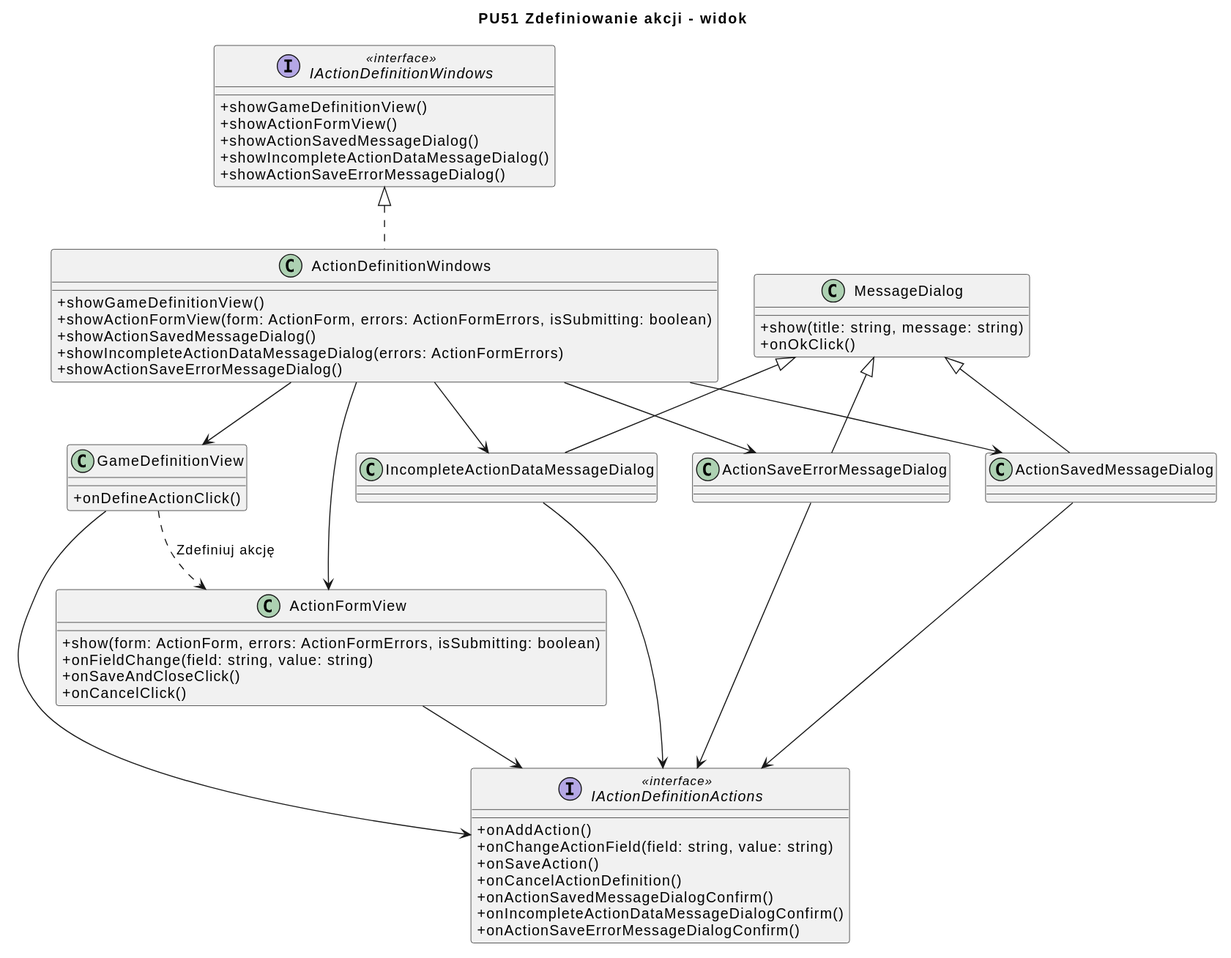
Earlier version of the PlantUML export diagrams/frontend/rendered/action-definition-view.svg (Igor-Ochocki/POP-2026Z). Source of this version:
```plantuml
@startuml
title PU51 Zdefiniowanie akcji - widok

skinparam classAttributeIconSize 0
skinparam shadowing false

interface IActionDefinitionWindows <<interface>> {
  +showGameDefinitionView()
  +showActionFormView()
  +showActionSavedMessageDialog()
  +showIncompleteActionDataMessageDialog()
  +showActionSaveErrorMessageDialog()
}

class ActionDefinitionWindows {
  +showGameDefinitionView()
  +showActionFormView(form: ActionForm, errors: ActionFormErrors, isSubmitting: boolean)
  +showActionSavedMessageDialog()
  +showIncompleteActionDataMessageDialog(errors: ActionFormErrors)
  +showActionSaveErrorMessageDialog()
}

IActionDefinitionWindows <|.. ActionDefinitionWindows

class MessageDialog {
  +show(title: string, message: string)
  +onOkClick()
}

class ActionSavedMessageDialog
class IncompleteActionDataMessageDialog
class ActionSaveErrorMessageDialog

MessageDialog <|-- ActionSavedMessageDialog
MessageDialog <|-- IncompleteActionDataMessageDialog
MessageDialog <|-- ActionSaveErrorMessageDialog

class GameDefinitionView {
  +onDefineActionClick()
}

class ActionFormView {
  +show(form: ActionForm, errors: ActionFormErrors, isSubmitting: boolean)
  +onFieldChange(field: string, value: string)
  +onSaveAndCloseClick()
  +onCancelClick()
}

interface IActionDefinitionActions <<interface>> {
  +onAddAction()
  +onChangeActionField(field: string, value: string)
  +onSaveAction()
  +onCancelActionDefinition()
  +onActionSavedMessageDialogConfirm()
  +onIncompleteActionDataMessageDialogConfirm()
  +onActionSaveErrorMessageDialogConfirm()
}

ActionDefinitionWindows --> GameDefinitionView
ActionDefinitionWindows --> ActionFormView
ActionDefinitionWindows --> ActionSavedMessageDialog
ActionDefinitionWindows --> IncompleteActionDataMessageDialog
ActionDefinitionWindows --> ActionSaveErrorMessageDialog

GameDefinitionView --> IActionDefinitionActions
ActionFormView --> IActionDefinitionActions
ActionSavedMessageDialog --> IActionDefinitionActions
IncompleteActionDataMessageDialog --> IActionDefinitionActions
ActionSaveErrorMessageDialog --> IActionDefinitionActions

GameDefinitionView ..> ActionFormView : Zdefiniuj akcję
@enduml
```
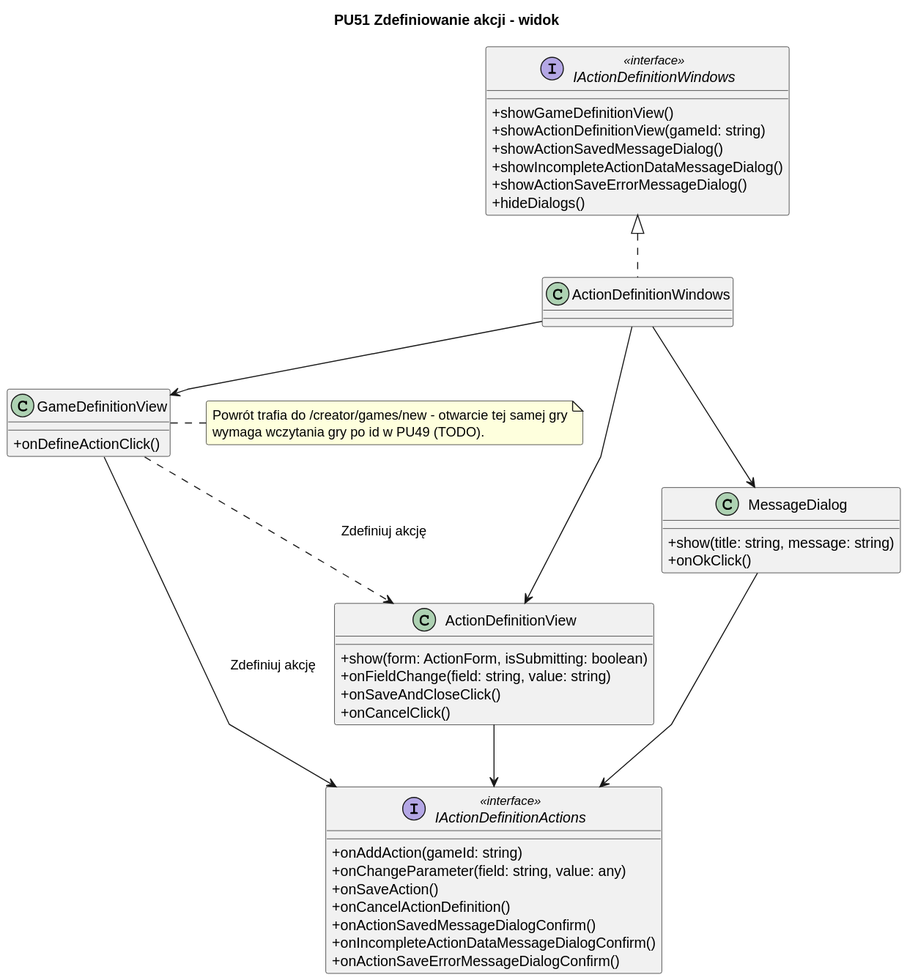
After the commit.

Diff of the diagram source:
```diff
@@ -1,72 +1,62 @@
 @startuml
+skinparam classAttributeIconSize 0
+skinparam packageStyle rectangle
+skinparam shadowing false
+skinparam roundcorner 4
+skinparam linetype polyline
+
 title PU51 Zdefiniowanie akcji - widok
 
-skinparam classAttributeIconSize 0
-skinparam shadowing false
-
-interface IActionDefinitionWindows <<interface>> {
-  +showGameDefinitionView()
-  +showActionFormView()
-  +showActionSavedMessageDialog()
-  +showIncompleteActionDataMessageDialog()
-  +showActionSaveErrorMessageDialog()
+class GameDefinitionView {
+    + onDefineActionClick()
 }
 
-class ActionDefinitionWindows {
-  +showGameDefinitionView()
-  +showActionFormView(form: ActionForm, errors: ActionFormErrors, isSubmitting: boolean)
-  +showActionSavedMessageDialog()
-  +showIncompleteActionDataMessageDialog(errors: ActionFormErrors)
-  +showActionSaveErrorMessageDialog()
+class ActionDefinitionView {
+    + show(form: ActionForm, isSubmitting: boolean)
+    + onFieldChange(field: string, value: string)
+    + onSaveAndCloseClick()
+    + onCancelClick()
 }
 
-IActionDefinitionWindows <|.. ActionDefinitionWindows
-
 class MessageDialog {
-  +show(title: string, message: string)
-  +onOkClick()
-}
-
-class ActionSavedMessageDialog
-class IncompleteActionDataMessageDialog
-class ActionSaveErrorMessageDialog
-
-MessageDialog <|-- ActionSavedMessageDialog
-MessageDialog <|-- IncompleteActionDataMessageDialog
-MessageDialog <|-- ActionSaveErrorMessageDialog
-
-class GameDefinitionView {
-  +onDefineActionClick()
-}
-
-class ActionFormView {
-  +show(form: ActionForm, errors: ActionFormErrors, isSubmitting: boolean)
-  +onFieldChange(field: string, value: string)
-  +onSaveAndCloseClick()
-  +onCancelClick()
+    + show(title: string, message: string)
+    + onOkClick()
 }
 
 interface IActionDefinitionActions <<interface>> {
-  +onAddAction()
-  +onChangeActionField(field: string, value: string)
-  +onSaveAction()
-  +onCancelActionDefinition()
-  +onActionSavedMessageDialogConfirm()
-  +onIncompleteActionDataMessageDialogConfirm()
-  +onActionSaveErrorMessageDialogConfirm()
+    + onAddAction(gameId: string)
+    + onChangeParameter(field: string, value: any)
+    + onSaveAction()
+    + onCancelActionDefinition()
+    + onActionSavedMessageDialogConfirm()
+    + onIncompleteActionDataMessageDialogConfirm()
+    + onActionSaveErrorMessageDialogConfirm()
 }
 
+interface IActionDefinitionWindows <<interface>> {
+    + showGameDefinitionView()
+    + showActionDefinitionView(gameId: string)
+    + showActionSavedMessageDialog()
+    + showIncompleteActionDataMessageDialog()
+    + showActionSaveErrorMessageDialog()
+    + hideDialogs()
+}
+
+class ActionDefinitionWindows
+
+ActionDefinitionWindows .u.|> IActionDefinitionWindows
 ActionDefinitionWindows --> GameDefinitionView
-ActionDefinitionWindows --> ActionFormView
-ActionDefinitionWindows --> ActionSavedMessageDialog
-ActionDefinitionWindows --> IncompleteActionDataMessageDialog
-ActionDefinitionWindows --> ActionSaveErrorMessageDialog
+ActionDefinitionWindows --> ActionDefinitionView
+ActionDefinitionWindows --> MessageDialog
 
-GameDefinitionView --> IActionDefinitionActions
-ActionFormView --> IActionDefinitionActions
-ActionSavedMessageDialog --> IActionDefinitionActions
-IncompleteActionDataMessageDialog --> IActionDefinitionActions
-ActionSaveErrorMessageDialog --> IActionDefinitionActions
+GameDefinitionView --> IActionDefinitionActions : "Zdefiniuj akcję"
+ActionDefinitionView --> IActionDefinitionActions
+MessageDialog --> IActionDefinitionActions
 
-GameDefinitionView ..> ActionFormView : Zdefiniuj akcję
+GameDefinitionView ..> ActionDefinitionView : "Zdefiniuj akcję"
+
+note right of GameDefinitionView
+    Powrót trafia do /creator/games/new - otwarcie tej samej gry
+    wymaga wczytania gry po id w PU49 (TODO).
+end note
 @enduml
```
